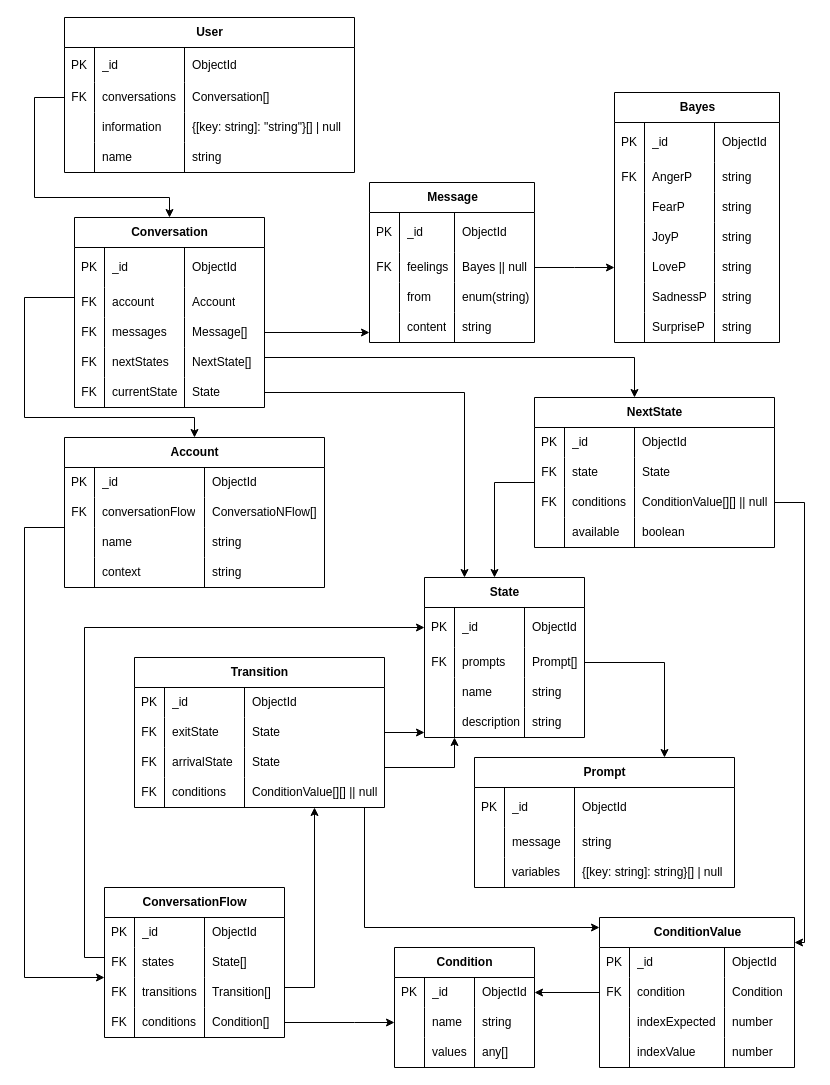
JesseAngeles/Servidor-ChatBot-inteligente keeps this draw.io diagram as Documentation/ER.drawio. Above is the earlier version. Source tidied: cells renumbered, new cells numbered last; positions are measured from the earlier drawing's top-left corner, leaving out a move shared by most shapes. Both pictures are drawn from the tidied source at 100%, with x=0, y=0 at pixel (24, 17).
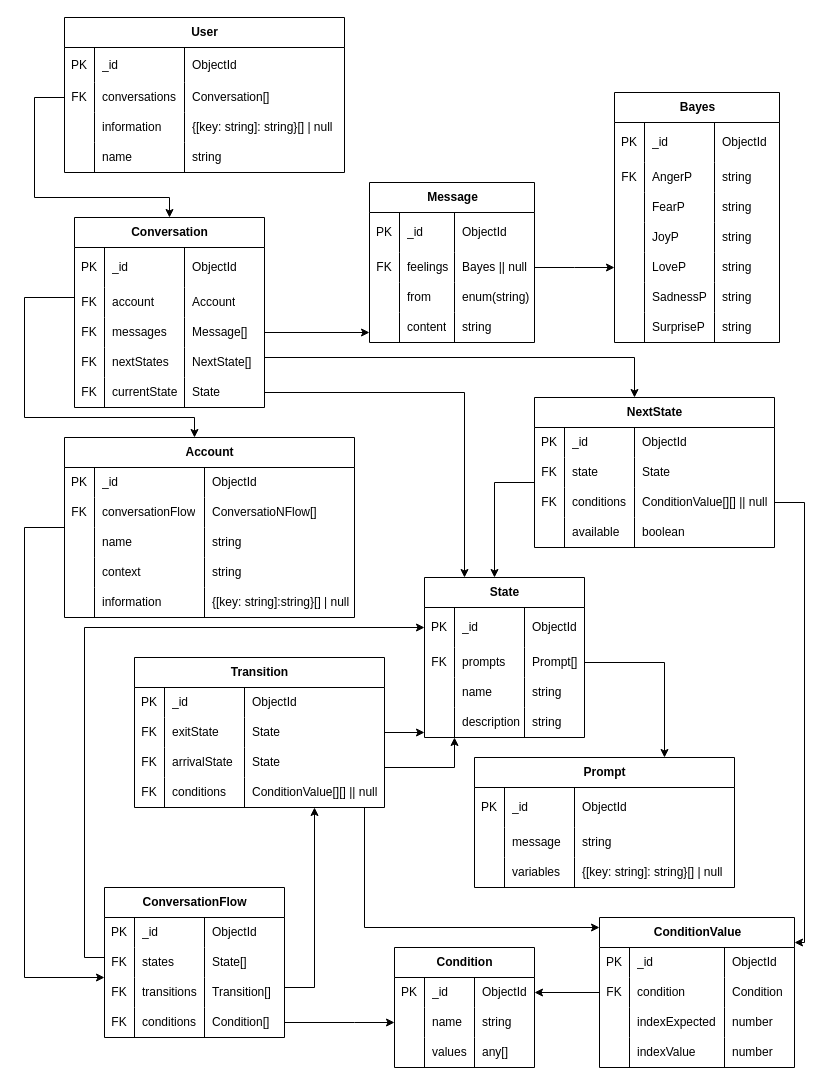
Above is the later version.

Change to the diagram source:
```diff
@@
     <mxCell id="49" value="Account" style="shape=table;startSize=30;childLayout=tableLayout;rowLines=0;fontStyle=1;align=center;html=1;" parent="1" vertex="1">
-      <mxGeometry x="40" y="420" width="260" height="150" as="geometry" />
+      <mxGeometry x="40" y="420" width="290" height="180" as="geometry" />
     </mxCell>
     <mxCell id="50" style="shape=tableRow;horizontal=0;startSize=0;swimlaneHead=0;swimlaneBody=0;fillColor=none;top=0;left=0;right=0;bottom=0;" parent="49" vertex="1">
-      <mxGeometry y="30" width="260" height="30" as="geometry" />
+      <mxGeometry y="30" width="290" height="30" as="geometry" />
     </mxCell>
@@
     <mxCell id="53" value="ObjectId" style="shape=partialRectangle;fillColor=none;top=0;left=0;bottom=0;right=0;align=left;spacingLeft=6;overflow=hidden;whiteSpace=wrap;html=1;" parent="50" vertex="1">
-      <mxGeometry x="140" width="120" height="30" as="geometry" />
+      <mxGeometry x="140" width="150" height="30" as="geometry" />
     </mxCell>
     <mxCell id="54" style="shape=tableRow;horizontal=0;startSize=0;swimlaneHead=0;swimlaneBody=0;fillColor=none;points=[[0,0.5],[1,0.5]];portConstraint=eastwest;top=0;left=0;right=0;bottom=0;" parent="49" vertex="1">
-      <mxGeometry y="60" width="260" height="30" as="geometry" />
+      <mxGeometry y="60" width="290" height="30" as="geometry" />
     </mxCell>
@@
     <mxCell id="57" value="ConversatioNFlow[]" style="shape=partialRectangle;fillColor=none;top=0;left=0;bottom=0;right=0;align=left;spacingLeft=6;overflow=hidden;whiteSpace=wrap;html=1;" parent="54" vertex="1">
-      <mxGeometry x="140" width="120" height="30" as="geometry" />
+      <mxGeometry x="140" width="150" height="30" as="geometry" />
     </mxCell>
     <mxCell id="58" style="shape=tableRow;horizontal=0;startSize=0;swimlaneHead=0;swimlaneBody=0;fillColor=none;top=0;left=0;right=0;bottom=0;" parent="49" vertex="1">
-      <mxGeometry y="90" width="260" height="30" as="geometry" />
+      <mxGeometry y="90" width="290" height="30" as="geometry" />
     </mxCell>
@@
     <mxCell id="61" value="string" style="shape=partialRectangle;fillColor=none;top=0;left=0;bottom=0;right=0;align=left;spacingLeft=6;overflow=hidden;whiteSpace=wrap;html=1;" parent="58" vertex="1">
-      <mxGeometry x="140" width="120" height="30" as="geometry" />
+      <mxGeometry x="140" width="150" height="30" as="geometry" />
     </mxCell>
     <mxCell id="62" style="shape=tableRow;horizontal=0;startSize=0;swimlaneHead=0;swimlaneBody=0;fillColor=none;top=0;left=0;right=0;bottom=0;" parent="49" vertex="1">
-      <mxGeometry y="120" width="260" height="30" as="geometry" />
+      <mxGeometry y="120" width="290" height="30" as="geometry" />
     </mxCell>
@@
     <mxCell id="65" value="string" style="shape=partialRectangle;fillColor=none;top=0;left=0;bottom=0;right=0;align=left;spacingLeft=6;overflow=hidden;whiteSpace=wrap;html=1;" parent="62" vertex="1">
-      <mxGeometry x="140" width="120" height="30" as="geometry" />
+      <mxGeometry x="140" width="150" height="30" as="geometry" />
     </mxCell>
+    <mxCell id="231" style="shape=tableRow;horizontal=0;startSize=0;swimlaneHead=0;swimlaneBody=0;fillColor=none;top=0;left=0;right=0;bottom=0;" parent="49" vertex="1">
+      <mxGeometry y="150" width="290" height="30" as="geometry" />
+    </mxCell>
+    <mxCell id="232" style="shape=partialRectangle;fillColor=none;top=0;left=0;bottom=0;right=0;overflow=hidden;whiteSpace=wrap;html=1;" parent="231" vertex="1">
+      <mxGeometry width="30" height="30" as="geometry" />
+    </mxCell>
+    <mxCell id="233" value="information" style="shape=partialRectangle;fillColor=none;top=0;left=0;bottom=0;right=0;align=left;spacingLeft=6;overflow=hidden;whiteSpace=wrap;html=1;" parent="231" vertex="1">
+      <mxGeometry x="30" width="110" height="30" as="geometry" />
+    </mxCell>
+    <mxCell id="234" value="{[key: string]:string}[] | null" style="shape=partialRectangle;fillColor=none;top=0;left=0;bottom=0;right=0;align=left;spacingLeft=6;overflow=hidden;whiteSpace=wrap;html=1;" parent="231" vertex="1">
+      <mxGeometry x="140" width="150" height="30" as="geometry" />
+    </mxCell>
@@
     <mxCell id="129" value="User" style="shape=table;startSize=30;childLayout=tableLayout;rowLines=0;fontStyle=1;align=center;html=1;" parent="1" vertex="1">
-      <mxGeometry x="40" width="290" height="155" as="geometry" />
+      <mxGeometry x="40" width="280" height="155" as="geometry" />
     </mxCell>
     <mxCell id="130" style="shape=tableRow;horizontal=0;startSize=0;swimlaneHead=0;swimlaneBody=0;fillColor=none;top=0;left=0;right=0;bottom=0;" parent="129" vertex="1">
-      <mxGeometry y="30" width="290" height="35" as="geometry" />
+      <mxGeometry y="30" width="280" height="35" as="geometry" />
     </mxCell>
@@
     <mxCell id="133" value="ObjectId" style="shape=partialRectangle;fillColor=none;top=0;left=0;bottom=0;right=0;align=left;spacingLeft=6;overflow=hidden;whiteSpace=wrap;html=1;" parent="130" vertex="1">
-      <mxGeometry x="120" width="170" height="35" as="geometry" />
+      <mxGeometry x="120" width="160" height="35" as="geometry" />
     </mxCell>
     <mxCell id="134" style="shape=tableRow;horizontal=0;startSize=0;swimlaneHead=0;swimlaneBody=0;fillColor=none;points=[[0,0.5],[1,0.5]];portConstraint=eastwest;top=0;left=0;right=0;bottom=0;" parent="129" vertex="1">
-      <mxGeometry y="65" width="290" height="30" as="geometry" />
+      <mxGeometry y="65" width="280" height="30" as="geometry" />
     </mxCell>
@@
     <mxCell id="137" value="Conversation[]" style="shape=partialRectangle;fillColor=none;top=0;left=0;bottom=0;right=0;align=left;spacingLeft=6;overflow=hidden;whiteSpace=wrap;html=1;" parent="134" vertex="1">
-      <mxGeometry x="120" width="170" height="30" as="geometry" />
+      <mxGeometry x="120" width="160" height="30" as="geometry" />
     </mxCell>
     <mxCell id="138" style="shape=tableRow;horizontal=0;startSize=0;swimlaneHead=0;swimlaneBody=0;fillColor=none;top=0;left=0;right=0;bottom=0;" parent="129" vertex="1">
-      <mxGeometry y="95" width="290" height="30" as="geometry" />
+      <mxGeometry y="95" width="280" height="30" as="geometry" />
     </mxCell>
@@
-    <mxCell id="141" value="{[key: string]: &quot;string&quot;}[] | null" style="shape=partialRectangle;fillColor=none;top=0;left=0;bottom=0;right=0;align=left;spacingLeft=6;overflow=hidden;whiteSpace=wrap;html=1;" parent="138" vertex="1">
-      <mxGeometry x="120" width="170" height="30" as="geometry" />
+    <mxCell id="141" value="{[key: string]: string}[] | null" style="shape=partialRectangle;fillColor=none;top=0;left=0;bottom=0;right=0;align=left;spacingLeft=6;overflow=hidden;whiteSpace=wrap;html=1;" parent="138" vertex="1">
+      <mxGeometry x="120" width="160" height="30" as="geometry" />
     </mxCell>
     <mxCell id="142" style="shape=tableRow;horizontal=0;startSize=0;swimlaneHead=0;swimlaneBody=0;fillColor=none;top=0;left=0;right=0;bottom=0;" parent="129" vertex="1">
-      <mxGeometry y="125" width="290" height="30" as="geometry" />
+      <mxGeometry y="125" width="280" height="30" as="geometry" />
     </mxCell>
@@
     <mxCell id="145" value="string" style="shape=partialRectangle;fillColor=none;top=0;left=0;bottom=0;right=0;align=left;spacingLeft=6;overflow=hidden;whiteSpace=wrap;html=1;" parent="142" vertex="1">
-      <mxGeometry x="120" width="170" height="30" as="geometry" />
+      <mxGeometry x="120" width="160" height="30" as="geometry" />
     </mxCell>
```
